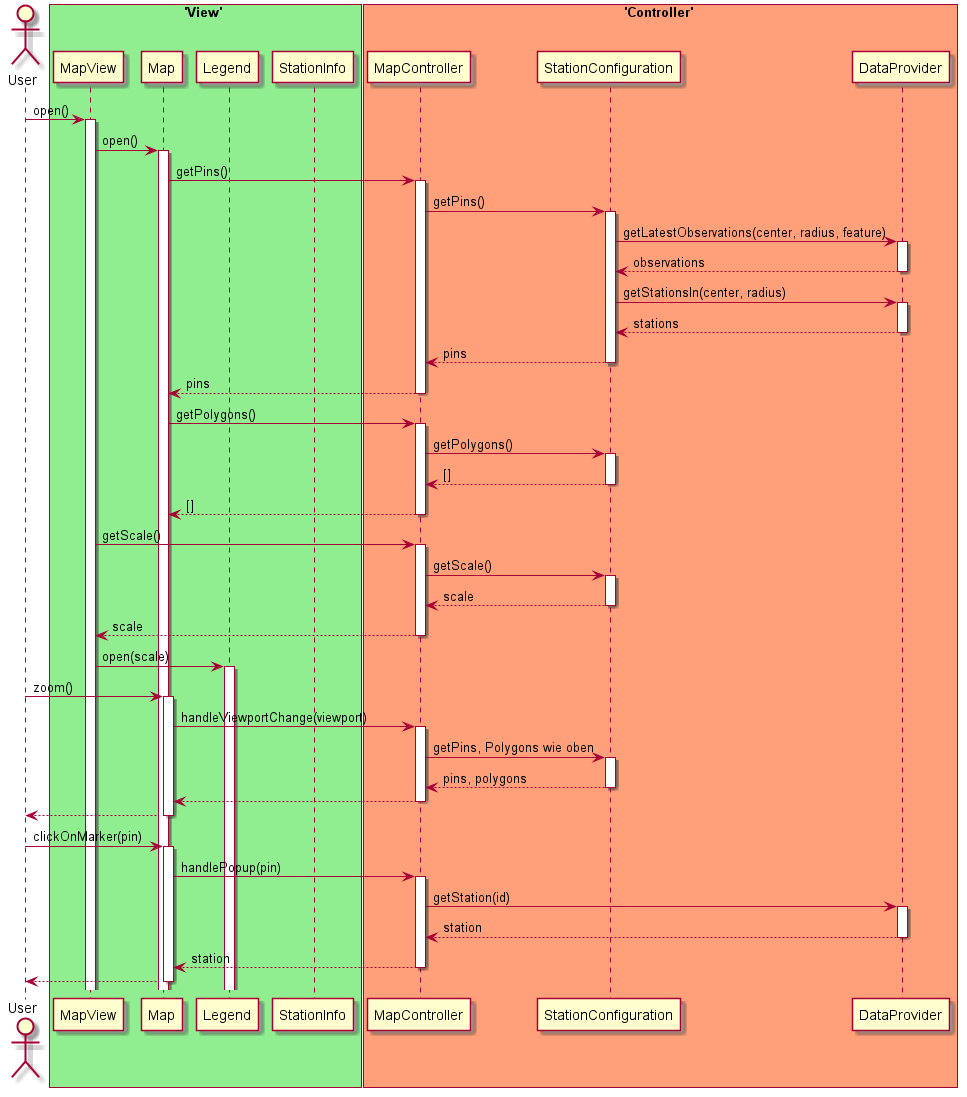
This is Entwurf/Entwurfsdokument/figures/diagrams/MapPageSeq.png from JonaEnz/pse-airquality-1, a PlantUML export, as it was before one commit. Its diagram source:
```plantuml
@startuml MapPageScenario

actor User

box 'View' #LightGreen
participant MapView
participant Map
participant Legend
participant StationInfo
end box

box 'Controller' #LightSalmon
participant MapController
participant StationConfiguration

participant DataProvider
end box
User -> MapView ++ : open()
MapView -> Map ++ : open()
Map -> MapController ++ : getPins()
MapController -> StationConfiguration ++ : getPins()
StationConfiguration -> DataProvider ++ : getLatestObservations(center, radius, feature)
return observations
StationConfiguration -> DataProvider ++ : getStationsIn(center, radius)
return stations
return pins
return pins
Map -> MapController ++ : getPolygons()
MapController -> StationConfiguration ++ : getPolygons()
return []
return []
MapView -> MapController ++ : getScale()
MapController -> StationConfiguration ++ : getScale()
return scale
return scale
MapView -> Legend ++ : open(scale)

User -> Map ++ : zoom()
Map -> MapController ++ : handleViewportChange(viewport)
MapController -> StationConfiguration ++ : getPins, Polygons wie oben
return pins, polygons
return
return

User -> Map ++ : clickOnMarker(pin)
Map -> MapController ++ : handlePopup(pin)
MapController -> DataProvider ++ : getStation(id)
return station
return station
return
@enduml
```
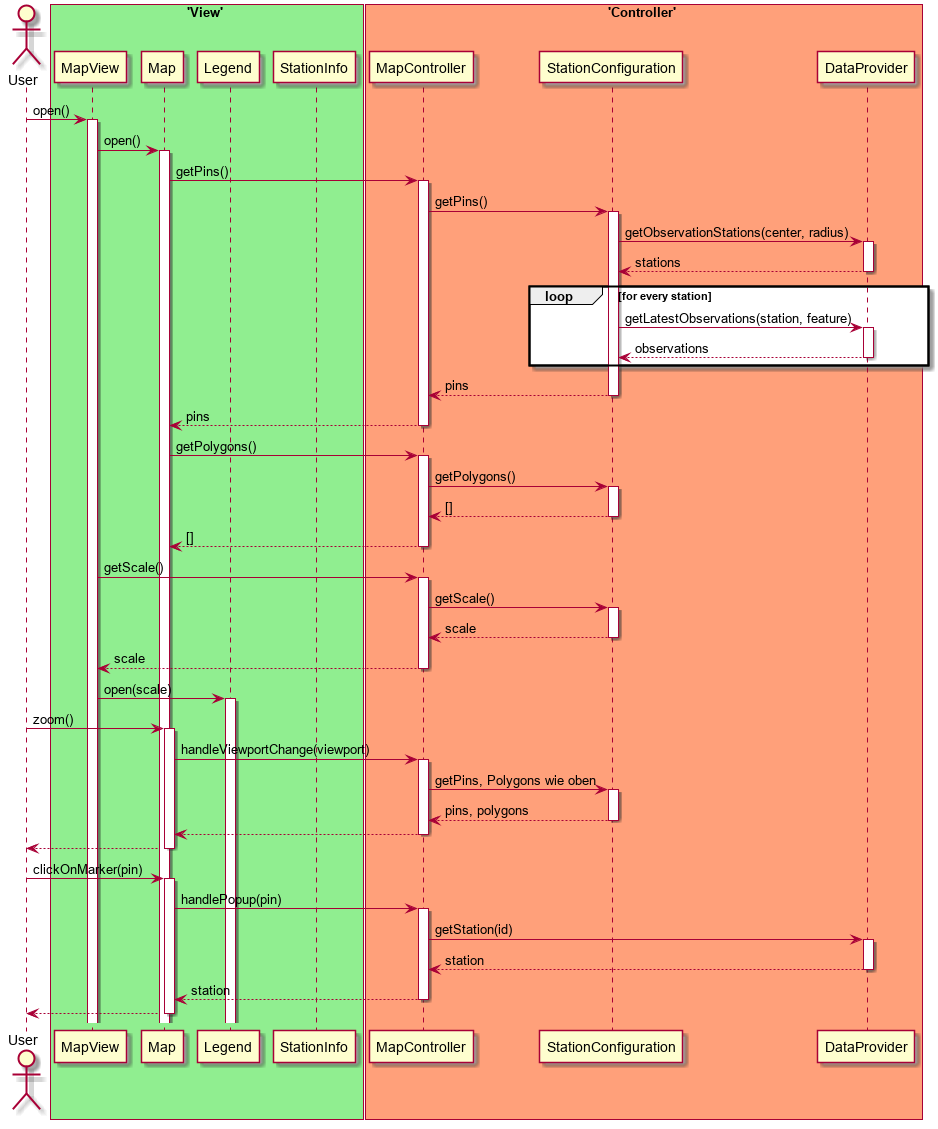
After the commit.

Change to the diagram source:
```diff
@@ -19,10 +19,13 @@
 MapView -> Map ++ : open()
 Map -> MapController ++ : getPins()
 MapController -> StationConfiguration ++ : getPins()
-StationConfiguration -> DataProvider ++ : getLatestObservations(center, radius, feature)
+StationConfiguration -> DataProvider ++ : getObservationStations(center, radius)
+return stations
+loop for every station
+StationConfiguration -> DataProvider ++ : getLatestObservations(station, feature)
 return observations
-StationConfiguration -> DataProvider ++ : getStationsIn(center, radius)
-return stations
+end
+
 return pins
 return pins
 Map -> MapController ++ : getPolygons()
```
